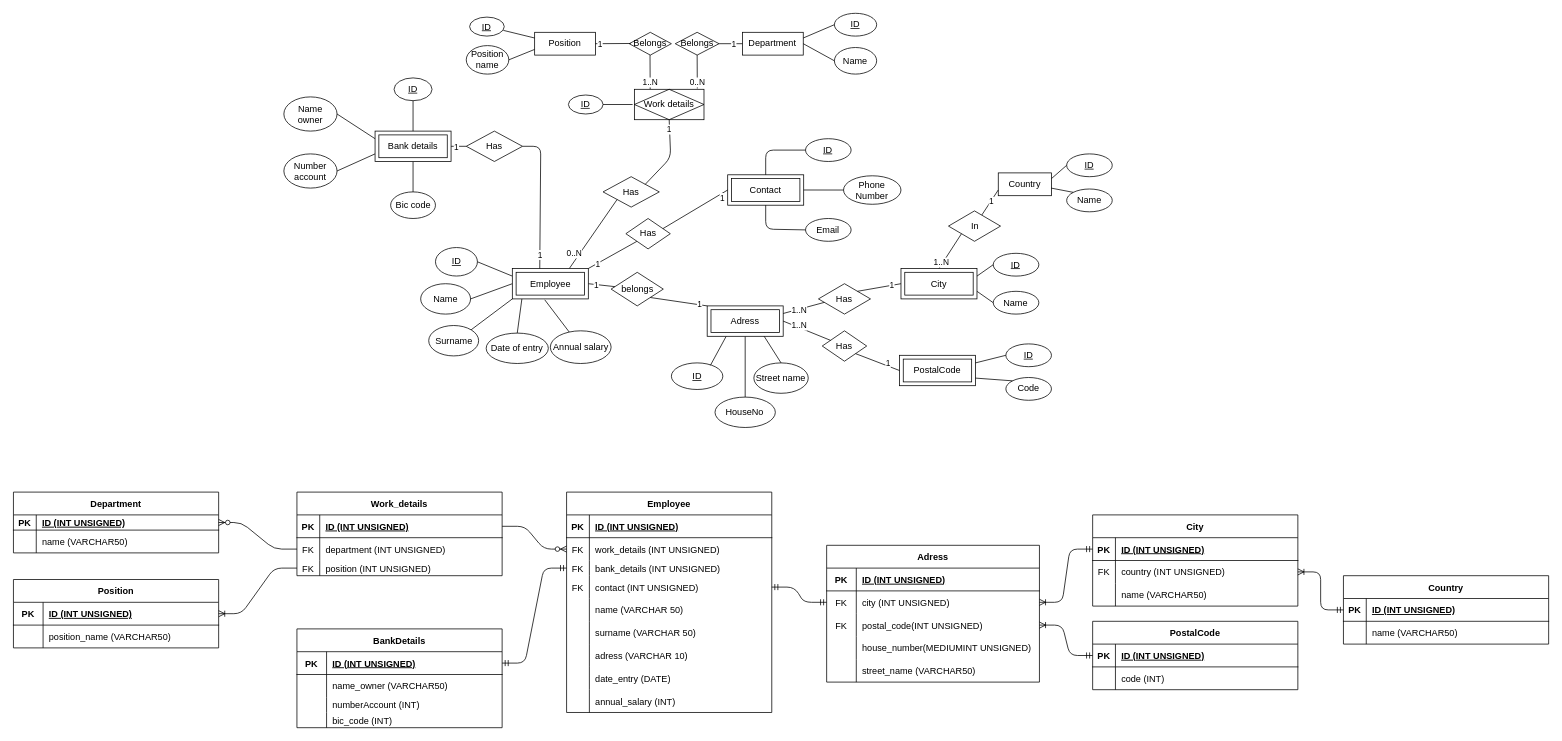
The draw.io diagram Scheme_database.drawio in AntoineD74/Database-project, before the edit. Source tidied: cells renumbered, new cells numbered last; positions are measured from the earlier drawing's top-left corner, leaving out a move shared by most shapes. Both pictures are drawn from the tidied source at 76%, with x=0, y=0 at pixel (13, 13).
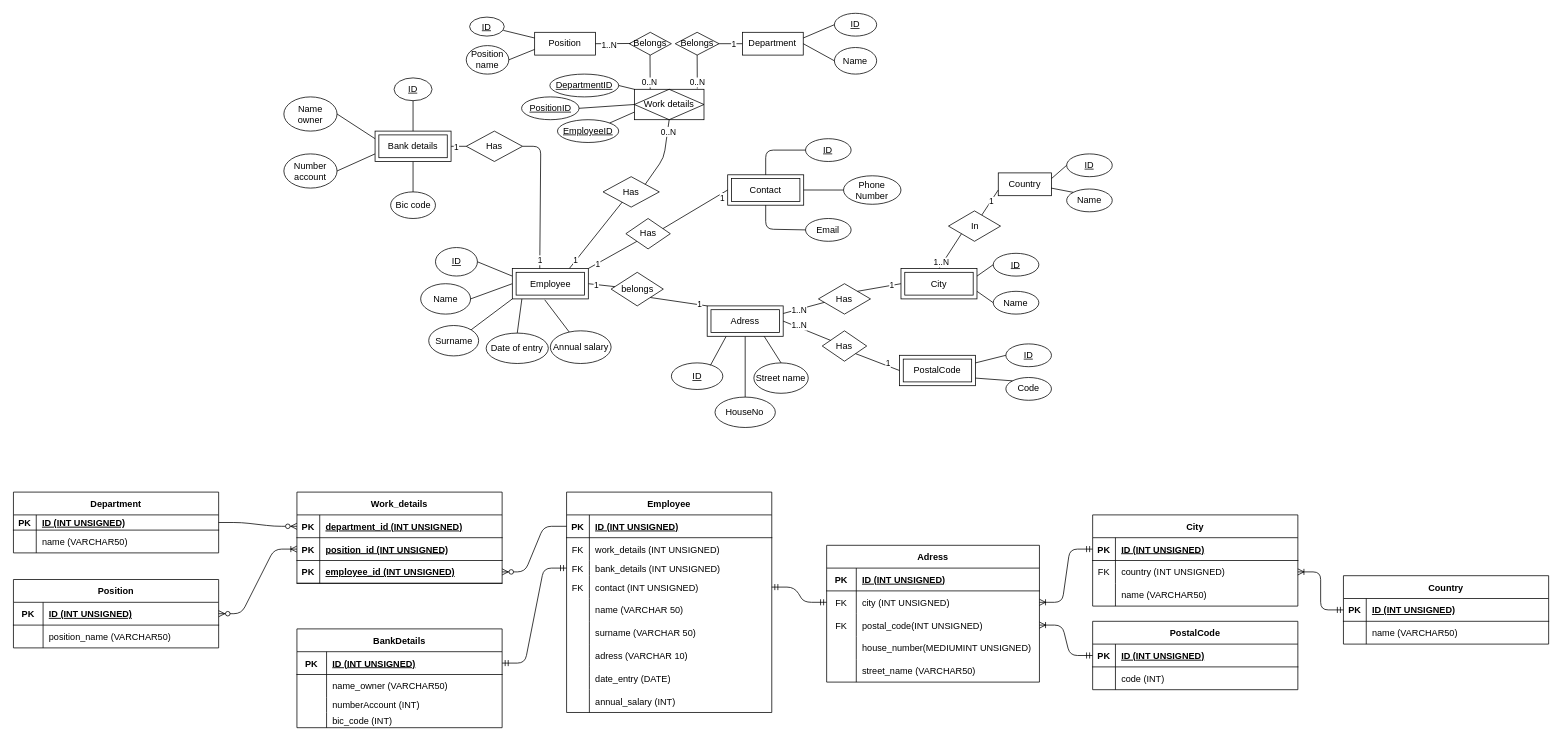
Above is the later version.

Unchanged cells that the change refers to:
```xml
<mxCell id="13" value="Has" style="rhombus;whiteSpace=wrap;html=1;" parent="1" vertex="1">
  <mxGeometry x="776" y="215" width="74" height="40" as="geometry" />
</mxCell>
<mxCell id="43" style="shape=partialRectangle;fillColor=none;top=0;left=0;bottom=1;right=0;points=[[0,0.5],[1,0.5]];portConstraint=eastwest;" parent="42" vertex="1">
  <mxGeometry y="30" width="270" height="30" as="geometry" />
</mxCell>
<mxCell id="46" style="shape=partialRectangle;fillColor=none;top=0;left=0;bottom=0;right=0;points=[[0,0.5],[1,0.5]];portConstraint=eastwest;" parent="42" vertex="1">
  <mxGeometry y="60" width="270" height="30" as="geometry" />
</mxCell>
<mxCell id="88" style="shape=partialRectangle;fillColor=none;top=0;left=0;bottom=1;right=0;points=[[0,0.5],[1,0.5]];portConstraint=eastwest;" parent="87" vertex="1">
  <mxGeometry y="30" width="270" height="30" as="geometry" />
</mxCell>
<mxCell id="98" style="shape=partialRectangle;fillColor=none;top=0;left=0;bottom=1;right=0;points=[[0,0.5],[1,0.5]];portConstraint=eastwest;" parent="97" vertex="1">
  <mxGeometry y="30" width="270" height="20" as="geometry" />
</mxCell>
<mxCell id="186" style="shape=partialRectangle;fillColor=none;top=0;left=0;bottom=1;right=0;points=[[0,0.5],[1,0.5]];portConstraint=eastwest;" parent="185" vertex="1">
  <mxGeometry y="30" width="270" height="30" as="geometry" />
</mxCell>
<mxCell id="222" value="Employee" style="shape=ext;margin=3;double=1;whiteSpace=wrap;html=1;align=center;" parent="1" vertex="1">
  <mxGeometry x="656.6" y="335.8" width="100" height="40" as="geometry" />
</mxCell>
<mxCell id="223" value="Work details" style="shape=associativeEntity;whiteSpace=wrap;html=1;align=center;" parent="1" vertex="1">
  <mxGeometry x="817.2" y="100" width="91.6" height="40" as="geometry" />
</mxCell>
```

The edit, as a diff of the source:
```diff
@@
-    <mxCell id="32" value="&lt;u&gt;ID&lt;/u&gt;" style="ellipse;whiteSpace=wrap;html=1;" parent="1" vertex="1">
-      <mxGeometry x="730.4" y="107.5" width="45.6" height="25" as="geometry" />
-    </mxCell>
@@
-    <mxCell id="34" style="endArrow=none;html=1;exitX=0;exitY=0.5;exitDx=0;exitDy=0;entryX=1;entryY=0.5;entryDx=0;entryDy=0;" parent="1" edge="1" target="32">
-      <mxGeometry relative="1" as="geometry">
-        <mxPoint x="814.9" y="120" as="sourcePoint" />
-      </mxGeometry>
-    </mxCell>
@@
     <mxCell id="36" style="endArrow=none;html=1;exitX=1;exitY=0;exitDx=0;exitDy=0;entryX=0.5;entryY=1;entryDx=0;entryDy=0;" parent="1" edge="1" source="13" target="223">
       <mxGeometry relative="1" as="geometry">
         <Array as="points">
-          <mxPoint x="865" y="190" />
+          <mxPoint x="856" y="190" />
         </Array>
       </mxGeometry>
     </mxCell>
-    <mxCell id="37" style="endArrow=none;html=1;exitX=0.75;exitY=0;exitDx=0;exitDy=0;entryX=0;entryY=1;entryDx=0;entryDy=0;" parent="1" edge="1" source="222" target="13">
+    <mxCell id="37" style="endArrow=none;html=1;exitX=0.75;exitY=0;exitDx=0;exitDy=0;entryX=0.342;entryY=0.833;entryDx=0;entryDy=0;entryPerimeter=0;" parent="1" edge="1" source="222" target="13">
       <mxGeometry relative="1" as="geometry" />
     </mxCell>
@@
     <mxCell id="87" value="Work_details" style="shape=table;startSize=30;childLayout=tableLayout;rowLines=0;fontStyle=1;align=center;" parent="1" vertex="1">
-      <mxGeometry x="373.2" y="630" width="270" height="110" as="geometry" />
+      <mxGeometry x="373.2" y="630" width="270" height="120" as="geometry" />
     </mxCell>
@@
-    <mxCell id="90" value="ID (INT UNSIGNED)" style="shape=partialRectangle;fillColor=none;top=0;left=0;bottom=0;right=0;align=left;spacingLeft=6;fontStyle=5;overflow=hidden;" parent="88" vertex="1">
+    <mxCell id="90" value="department_id (INT UNSIGNED)" style="shape=partialRectangle;fillColor=none;top=0;left=0;bottom=0;right=0;align=left;spacingLeft=6;fontStyle=5;overflow=hidden;" parent="88" vertex="1">
       <mxGeometry x="30" width="240" height="30" as="geometry" />
     </mxCell>
-    <mxCell id="91" style="shape=partialRectangle;fillColor=none;top=0;left=0;bottom=0;right=0;points=[[0,0.5],[1,0.5]];portConstraint=eastwest;" parent="87" vertex="1">
-      <mxGeometry y="60" width="270" height="30" as="geometry" />
-    </mxCell>
-    <mxCell id="92" value="FK" style="shape=partialRectangle;fillColor=none;top=0;left=0;bottom=0;right=0;overflow=hidden;" parent="91" vertex="1">
-      <mxGeometry width="30" height="30" as="geometry" />
-    </mxCell>
-    <mxCell id="93" value="department (INT UNSIGNED)" style="shape=partialRectangle;fillColor=none;top=0;left=0;bottom=0;right=0;align=left;spacingLeft=6;overflow=hidden;" parent="91" vertex="1">
-      <mxGeometry x="30" width="240" height="30" as="geometry" />
-    </mxCell>
-    <mxCell id="94" style="shape=partialRectangle;fillColor=none;top=0;left=0;bottom=0;right=0;points=[[0,0.5],[1,0.5]];portConstraint=eastwest;" parent="87" vertex="1">
-      <mxGeometry y="90" width="270" height="20" as="geometry" />
-    </mxCell>
-    <mxCell id="95" value="FK" style="shape=partialRectangle;fillColor=none;top=0;left=0;bottom=0;right=0;overflow=hidden;" parent="94" vertex="1">
-      <mxGeometry width="30" height="20" as="geometry" />
-    </mxCell>
-    <mxCell id="96" value="position (INT UNSIGNED)" style="shape=partialRectangle;fillColor=none;top=0;left=0;bottom=0;right=0;align=left;spacingLeft=6;overflow=hidden;" parent="94" vertex="1">
-      <mxGeometry x="30" width="240" height="20" as="geometry" />
-    </mxCell>
+    <mxCell id="224" style="shape=partialRectangle;fillColor=none;top=0;left=0;bottom=1;right=0;points=[[0,0.5],[1,0.5]];portConstraint=eastwest;" parent="87" vertex="1">
+      <mxGeometry y="60" width="270" height="30" as="geometry" />
+    </mxCell>
+    <mxCell id="225" value="PK" style="shape=partialRectangle;fillColor=none;top=0;left=0;bottom=0;right=0;fontStyle=1;overflow=hidden;" parent="224" vertex="1">
+      <mxGeometry width="30" height="30" as="geometry" />
+    </mxCell>
+    <mxCell id="226" value="position_id (INT UNSIGNED)" style="shape=partialRectangle;fillColor=none;top=0;left=0;bottom=0;right=0;align=left;spacingLeft=6;fontStyle=5;overflow=hidden;" parent="224" vertex="1">
+      <mxGeometry x="30" width="240" height="30" as="geometry" />
+    </mxCell>
+    <mxCell id="227" style="shape=partialRectangle;fillColor=none;top=0;left=0;bottom=1;right=0;points=[[0,0.5],[1,0.5]];portConstraint=eastwest;" parent="87" vertex="1">
+      <mxGeometry y="90" width="270" height="30" as="geometry" />
+    </mxCell>
+    <mxCell id="228" value="PK" style="shape=partialRectangle;fillColor=none;top=0;left=0;bottom=0;right=0;fontStyle=1;overflow=hidden;" parent="227" vertex="1">
+      <mxGeometry width="30" height="30" as="geometry" />
+    </mxCell>
+    <mxCell id="229" value="employee_id (INT UNSIGNED)" style="shape=partialRectangle;fillColor=none;top=0;left=0;bottom=0;right=0;align=left;spacingLeft=6;fontStyle=5;overflow=hidden;" parent="227" vertex="1">
+      <mxGeometry x="30" width="240" height="30" as="geometry" />
+    </mxCell>
@@
     <mxCell id="169" value="1" style="edgeLabel;html=1;align=center;verticalAlign=middle;" parent="1" vertex="1">
-      <mxGeometry x="536" y="355.8" as="geometry">
+      <mxGeometry x="536" y="362.9" as="geometry">
         <mxPoint x="156" y="-38" as="offset" />
       </mxGeometry>
     </mxCell>
@@
-    <mxCell id="179" value="1..N" style="edgeLabel;html=1;align=center;verticalAlign=middle;" parent="1" vertex="1">
-      <mxGeometry x="1040" y="110" as="geometry">
-        <mxPoint x="-203" y="-20" as="offset" />
-      </mxGeometry>
-    </mxCell>
@@
-    <mxCell id="181" value="1" style="edgeLabel;html=1;align=center;verticalAlign=middle;" parent="1" vertex="1">
-      <mxGeometry x="883.7" y="45" as="geometry">
-        <mxPoint x="-112" y="-5" as="offset" />
-      </mxGeometry>
-    </mxCell>
@@
     <mxCell id="184" value="1" style="edgeLabel;html=1;align=center;verticalAlign=middle;" parent="1" vertex="1">
-      <mxGeometry x="706.6" y="190" as="geometry">
+      <mxGeometry x="583.1" y="362.9" as="geometry">
         <mxPoint x="156" y="-38" as="offset" />
       </mxGeometry>
     </mxCell>
@@
-    <mxCell id="192" style="edgeStyle=entityRelationEdgeStyle;fontSize=12;html=1;endArrow=ERoneToMany;entryX=1;entryY=0.5;entryDx=0;entryDy=0;exitX=0;exitY=0.5;exitDx=0;exitDy=0;" parent="1" edge="1" source="94" target="186">
-      <mxGeometry relative="1" as="geometry" />
-    </mxCell>
@@
-    <mxCell id="200" style="edgeStyle=entityRelationEdgeStyle;fontSize=12;html=1;endArrow=ERzeroToMany;endFill=1;entryX=1;entryY=0.5;entryDx=0;entryDy=0;exitX=0;exitY=0.5;exitDx=0;exitDy=0;" parent="1" edge="1" source="91" target="98">
+    <mxCell id="200" style="edgeStyle=entityRelationEdgeStyle;fontSize=12;html=1;endArrow=ERzeroToMany;endFill=1;entryX=0;entryY=0.5;entryDx=0;entryDy=0;exitX=1;exitY=0.5;exitDx=0;exitDy=0;" parent="1" edge="1" source="98" target="88">
       <mxGeometry relative="1" as="geometry" />
     </mxCell>
@@
     <mxCell id="220" value="0..N" style="edgeLabel;html=1;align=center;verticalAlign=middle;" parent="1" vertex="1">
-      <mxGeometry x="940" y="335.8" as="geometry">
+      <mxGeometry x="1064.4" y="175" as="geometry">
         <mxPoint x="-203" y="-20" as="offset" />
       </mxGeometry>
     </mxCell>
-    <mxCell id="221" style="edgeStyle=entityRelationEdgeStyle;fontSize=12;html=1;endArrow=ERzeroToMany;endFill=1;exitX=1;exitY=0.5;exitDx=0;exitDy=0;entryX=0;entryY=0.5;entryDx=0;entryDy=0;" parent="1" edge="1" source="88" target="46">
+    <mxCell id="221" style="edgeStyle=entityRelationEdgeStyle;fontSize=12;html=1;endArrow=ERzeroToMany;endFill=1;entryX=1;entryY=0.5;entryDx=0;entryDy=0;exitX=0;exitY=0.5;exitDx=0;exitDy=0;" parent="1" edge="1" source="43" target="227">
       <mxGeometry relative="1" as="geometry" />
     </mxCell>
@@
+    <mxCell id="230" value="&lt;u&gt;DepartmentID&lt;/u&gt;" style="ellipse;whiteSpace=wrap;html=1;" parent="1" vertex="1">
+      <mxGeometry x="706" y="80" width="90.6" height="30" as="geometry" />
+    </mxCell>
+    <mxCell id="231" value="&lt;u&gt;PositionID&lt;/u&gt;" style="ellipse;whiteSpace=wrap;html=1;" parent="1" vertex="1">
+      <mxGeometry x="668.8" y="110" width="75.6" height="30" as="geometry" />
+    </mxCell>
+    <mxCell id="232" value="&lt;u&gt;EmployeeID&lt;/u&gt;" style="ellipse;whiteSpace=wrap;html=1;" parent="1" vertex="1">
+      <mxGeometry x="716" y="140" width="80.6" height="30" as="geometry" />
+    </mxCell>
+    <mxCell id="233" style="endArrow=none;html=1;entryX=1;entryY=0.5;entryDx=0;entryDy=0;exitX=0;exitY=0;exitDx=0;exitDy=0;" parent="1" edge="1" source="223" target="230">
+      <mxGeometry relative="1" as="geometry" />
+    </mxCell>
+    <mxCell id="234" style="endArrow=none;html=1;entryX=1;entryY=0.5;entryDx=0;entryDy=0;exitX=0;exitY=0.5;exitDx=0;exitDy=0;" parent="1" edge="1" source="223" target="231">
+      <mxGeometry relative="1" as="geometry" />
+    </mxCell>
+    <mxCell id="235" style="endArrow=none;html=1;entryX=1;entryY=0;entryDx=0;entryDy=0;exitX=0;exitY=0.75;exitDx=0;exitDy=0;" parent="1" edge="1" source="223" target="232">
+      <mxGeometry relative="1" as="geometry" />
+    </mxCell>
+    <mxCell id="236" value="0..N" style="edgeLabel;html=1;align=center;verticalAlign=middle;" parent="1" vertex="1">
+      <mxGeometry x="1039.4" y="110" as="geometry">
+        <mxPoint x="-203" y="-20" as="offset" />
+      </mxGeometry>
+    </mxCell>
+    <mxCell id="179" value="1..N" style="edgeLabel;html=1;align=center;verticalAlign=middle;" parent="1" vertex="1">
+      <mxGeometry x="986" y="61.3" as="geometry">
+        <mxPoint x="-203" y="-20" as="offset" />
+      </mxGeometry>
+    </mxCell>
+    <mxCell id="237" style="edgeStyle=entityRelationEdgeStyle;fontSize=12;html=1;endArrow=ERoneToMany;startArrow=ERzeroToMany;entryX=0;entryY=0.5;entryDx=0;entryDy=0;exitX=1;exitY=0.5;exitDx=0;exitDy=0;" parent="1" edge="1" source="186" target="224">
+      <mxGeometry relative="1" as="geometry" />
+    </mxCell>
```
